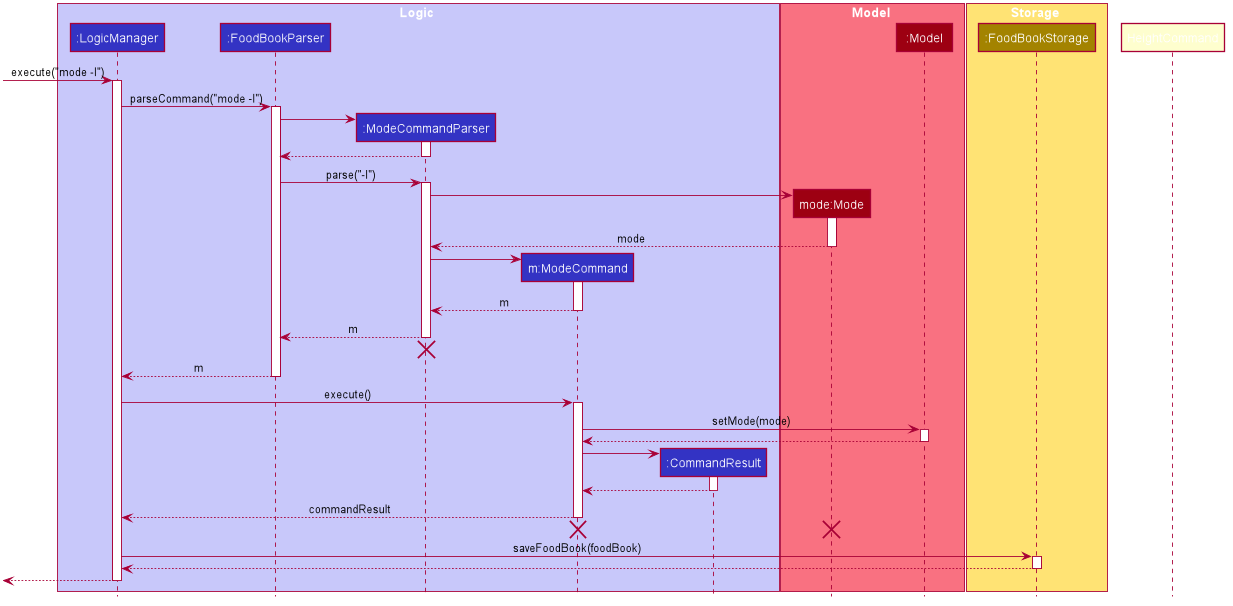
Above: images/DietTrackerModeCommandSequenceDiagram.png in AY1920S2-CS2103T-W13-1/main (PlantUML), before the change.
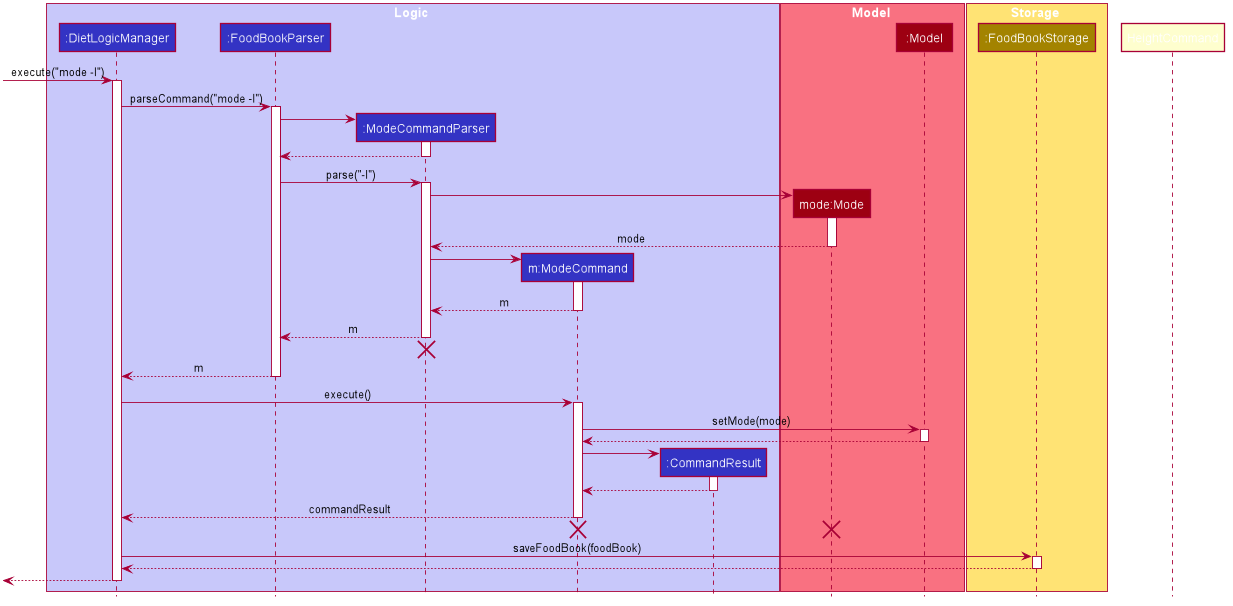
After the commit.

Change to the diagram source:
```diff
@@ -50,7 +50,7 @@
 hide circle
 
 box Logic #C8C8FA
-participant ":LogicManager" as LogicManager #3333C4
+participant ":DietLogicManager" as LogicManager #3333C4
 participant ":FoodBookParser" as FoodBookParser #3333C4
 participant ":ModeCommandParser" as ModeCommandParser #3333C4
 participant "m:ModeCommand" as ModeCommand #3333C4
```
